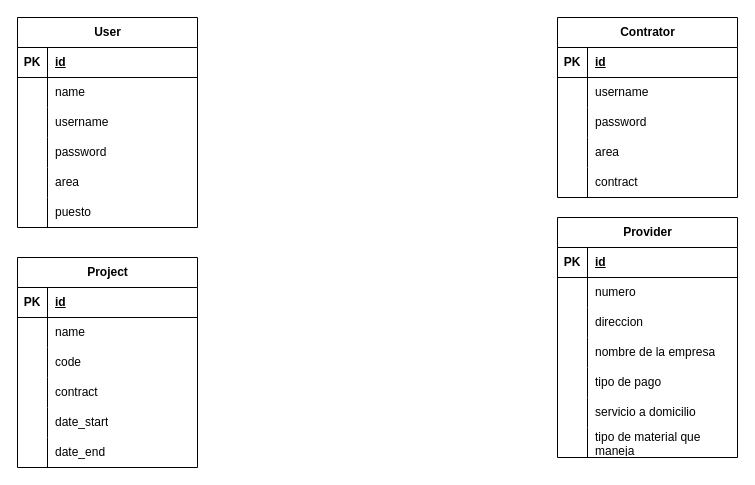
Before: A4.drawio in Fabriciond/back-end, a draw.io diagram. Source tidied: cells renumbered, new cells numbered last; positions are measured from the earlier drawing's top-left corner, leaving out a move shared by most shapes. Both pictures are drawn from the tidied source at 100%, with x=0, y=0 at pixel (17, 17).
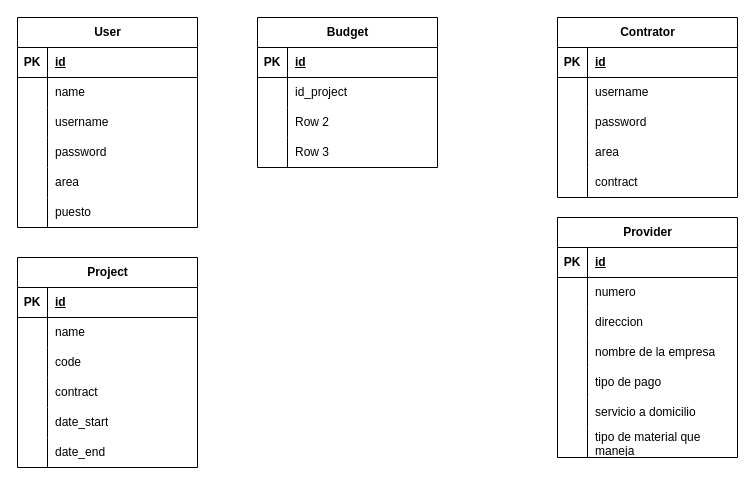
The same page after the edit.

Change to the diagram source:
```diff
@@
+    <mxCell id="78" value="Budget" style="shape=table;startSize=30;childLayout=tableLayout;rowLines=0;fontStyle=1;align=center;html=1;" parent="1" vertex="1">
+      <mxGeometry x="240" width="180" height="150" as="geometry" />
+    </mxCell>
+    <mxCell id="79" style="shape=tableRow;horizontal=0;startSize=0;swimlaneHead=0;swimlaneBody=0;fillColor=none;top=0;left=0;right=0;bottom=1;" parent="78" vertex="1">
+      <mxGeometry y="30" width="180" height="30" as="geometry" />
+    </mxCell>
+    <mxCell id="80" value="PK" style="shape=partialRectangle;fillColor=none;top=0;left=0;bottom=0;right=0;fontStyle=1;overflow=hidden;whiteSpace=wrap;html=1;" parent="79" vertex="1">
+      <mxGeometry width="30" height="30" as="geometry" />
+    </mxCell>
+    <mxCell id="81" value="id" style="shape=partialRectangle;fillColor=none;top=0;left=0;bottom=0;right=0;align=left;spacingLeft=6;fontStyle=5;overflow=hidden;whiteSpace=wrap;html=1;" parent="79" vertex="1">
+      <mxGeometry x="30" width="150" height="30" as="geometry" />
+    </mxCell>
+    <mxCell id="82" style="shape=tableRow;horizontal=0;startSize=0;swimlaneHead=0;swimlaneBody=0;fillColor=none;top=0;left=0;right=0;bottom=0;" parent="78" vertex="1">
+      <mxGeometry y="60" width="180" height="30" as="geometry" />
+    </mxCell>
+    <mxCell id="83" style="shape=partialRectangle;fillColor=none;top=0;left=0;bottom=0;right=0;overflow=hidden;whiteSpace=wrap;html=1;" parent="82" vertex="1">
+      <mxGeometry width="30" height="30" as="geometry" />
+    </mxCell>
+    <mxCell id="84" value="id_project" style="shape=partialRectangle;fillColor=none;top=0;left=0;bottom=0;right=0;align=left;spacingLeft=6;overflow=hidden;whiteSpace=wrap;html=1;" parent="82" vertex="1">
+      <mxGeometry x="30" width="150" height="30" as="geometry" />
+    </mxCell>
+    <mxCell id="85" style="shape=tableRow;horizontal=0;startSize=0;swimlaneHead=0;swimlaneBody=0;fillColor=none;top=0;left=0;right=0;bottom=0;" parent="78" vertex="1">
+      <mxGeometry y="90" width="180" height="30" as="geometry" />
+    </mxCell>
+    <mxCell id="86" style="shape=partialRectangle;fillColor=none;top=0;left=0;bottom=0;right=0;overflow=hidden;whiteSpace=wrap;html=1;" parent="85" vertex="1">
+      <mxGeometry width="30" height="30" as="geometry" />
+    </mxCell>
+    <mxCell id="87" value="Row 2" style="shape=partialRectangle;fillColor=none;top=0;left=0;bottom=0;right=0;align=left;spacingLeft=6;overflow=hidden;whiteSpace=wrap;html=1;" parent="85" vertex="1">
+      <mxGeometry x="30" width="150" height="30" as="geometry" />
+    </mxCell>
+    <mxCell id="88" style="shape=tableRow;horizontal=0;startSize=0;swimlaneHead=0;swimlaneBody=0;fillColor=none;top=0;left=0;right=0;bottom=0;" parent="78" vertex="1">
+      <mxGeometry y="120" width="180" height="30" as="geometry" />
+    </mxCell>
+    <mxCell id="89" style="shape=partialRectangle;fillColor=none;top=0;left=0;bottom=0;right=0;overflow=hidden;whiteSpace=wrap;html=1;" parent="88" vertex="1">
+      <mxGeometry width="30" height="30" as="geometry" />
+    </mxCell>
+    <mxCell id="90" value="Row 3" style="shape=partialRectangle;fillColor=none;top=0;left=0;bottom=0;right=0;align=left;spacingLeft=6;overflow=hidden;whiteSpace=wrap;html=1;" parent="88" vertex="1">
+      <mxGeometry x="30" width="150" height="30" as="geometry" />
+    </mxCell>
```
